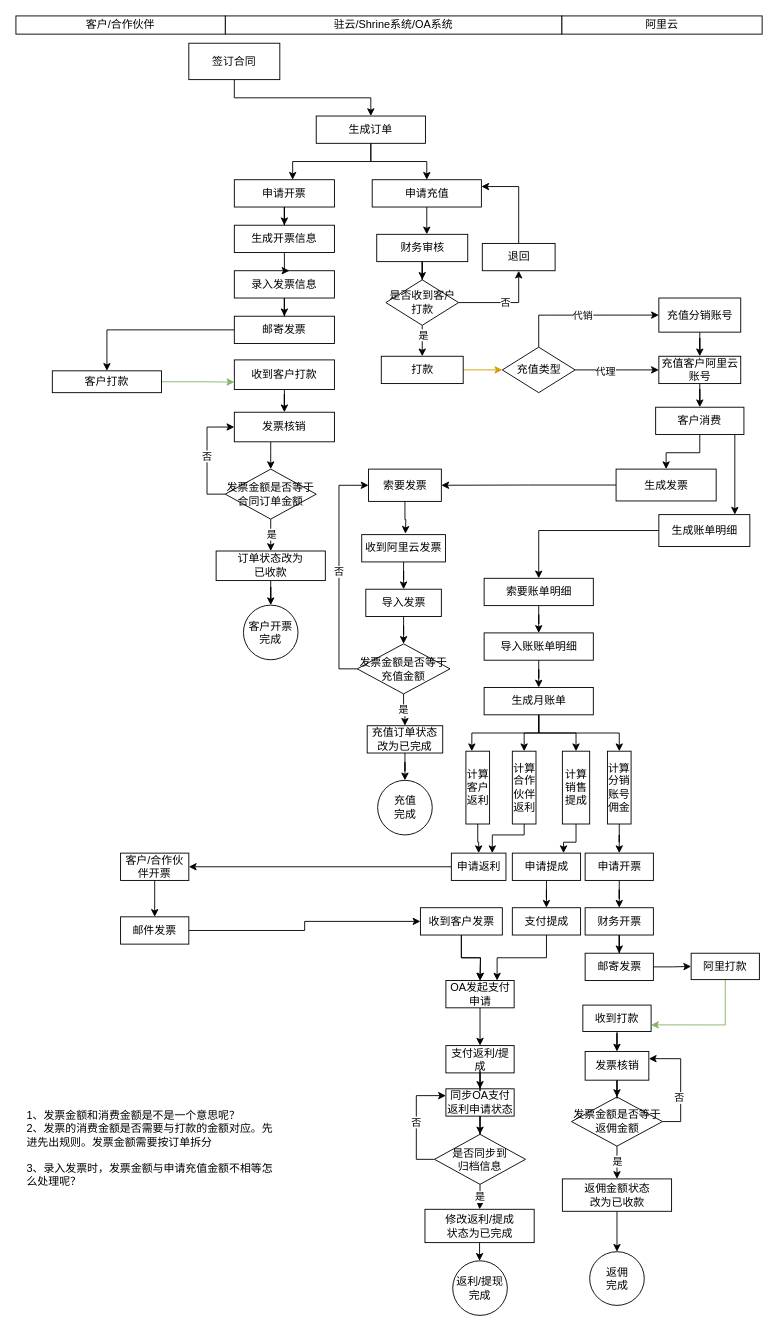
The draw.io diagram shrine-doc/云资源业务流程.drawio in easefulfil/CLOUDCARE, before the edit. Source tidied: cells renumbered, new cells numbered last; positions are measured from the earlier drawing's top-left corner, leaving out a move shared by most shapes. Both pictures are drawn from the tidied source at 91%, with x=0, y=0 at pixel (15, 15).
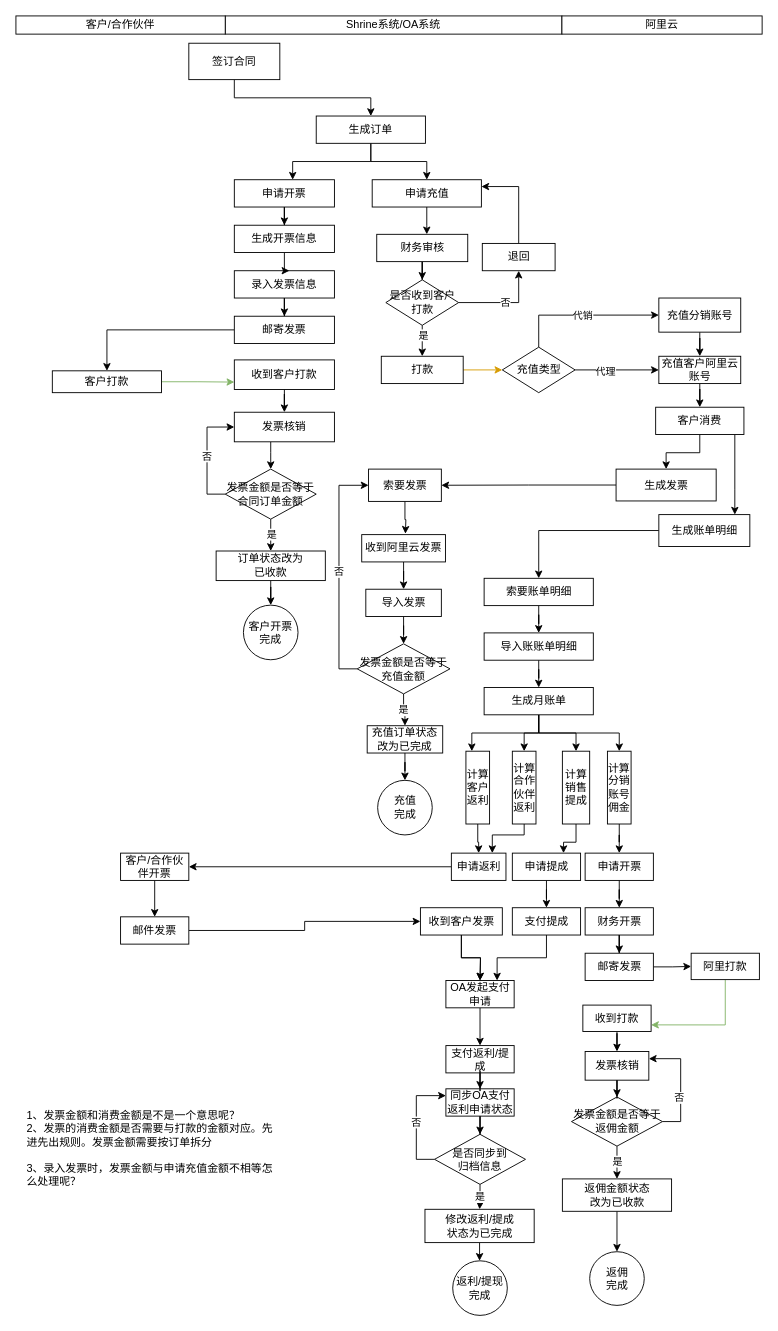
After the change.

Commit message:
Update 云资源业务流程.drawio

What changed in the source:
```diff
@@
-    <mxCell id="34" value="驻云/Shrine系统/OA系统" style="rounded=0;whiteSpace=wrap;html=1;" parent="1" vertex="1">
+    <mxCell id="34" value="Shrine系统/OA系统" style="rounded=0;whiteSpace=wrap;html=1;" parent="1" vertex="1">
       <mxGeometry x="230" width="370" height="20" as="geometry" />
     </mxCell>
```
